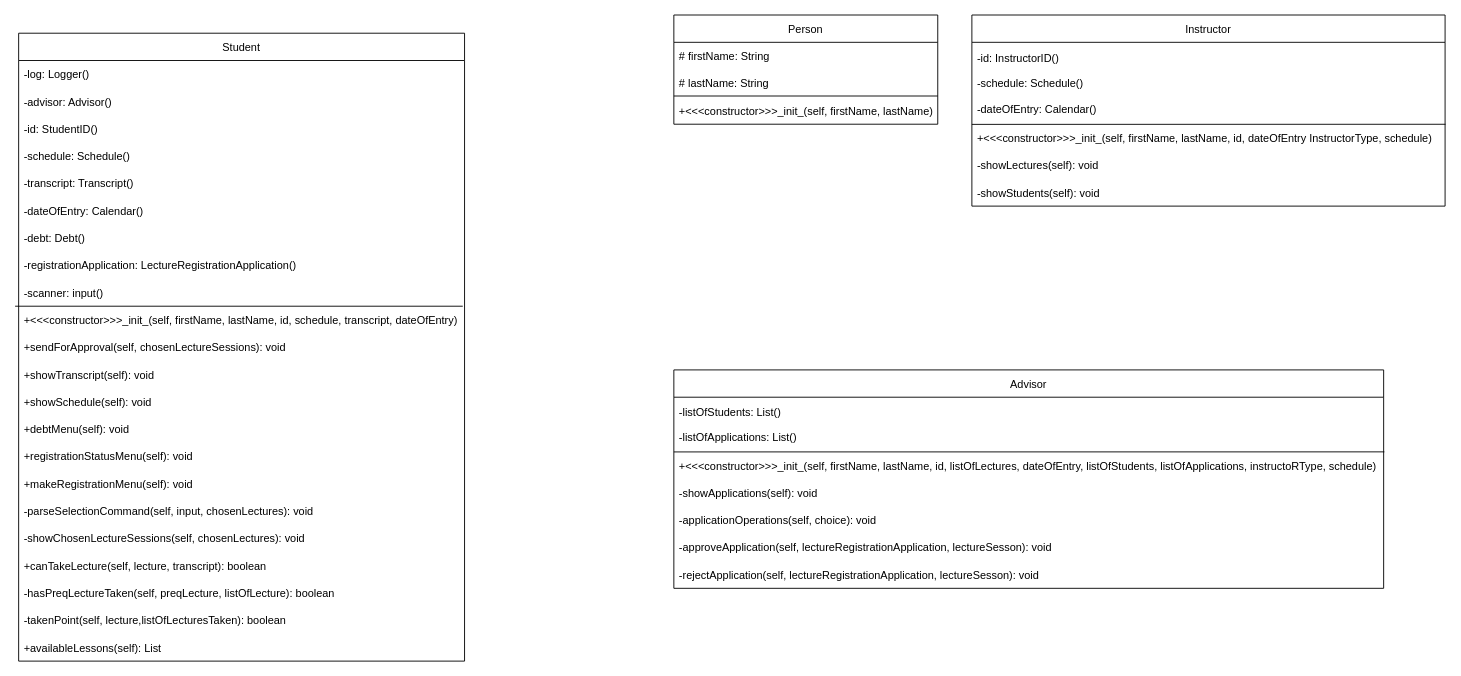
Earlier version of the draw.io diagram serdar.drawio (gitsametcan/CSE3063F22P1_GRP1). Source tidied: cells renumbered, new cells numbered last; positions are measured from the earlier drawing's top-left corner, leaving out a move shared by most shapes. Both pictures are drawn from the tidied source at 91%, with x=0, y=0 at pixel (18, 15).
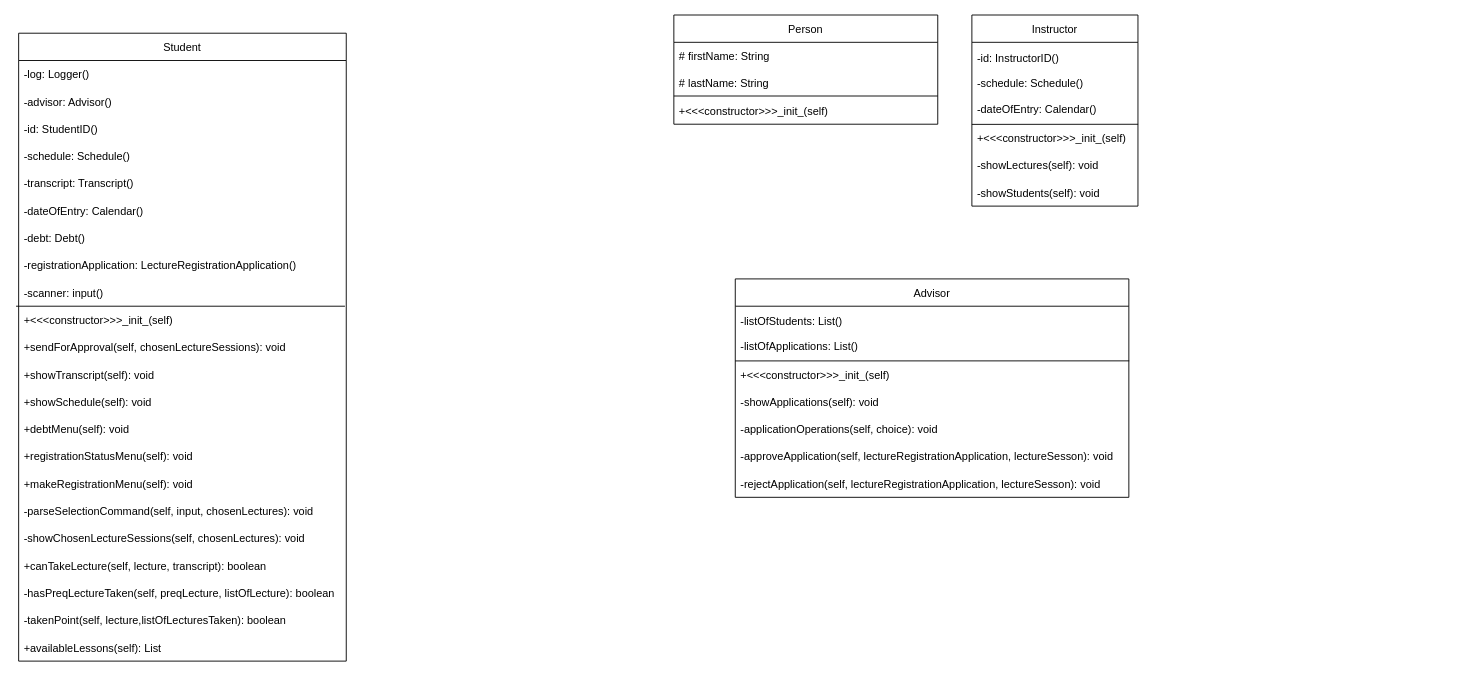
The same page after the edit.

Unchanged cells that the change refers to:
```xml
<mxCell id="2" value="Person" style="swimlane;fontStyle=0;horizontal=1;startSize=30;" parent="1" vertex="1">
  <mxGeometry x="720" width="290" height="120" as="geometry" />
</mxCell>
```

The edit, as a diff of the source:
```diff
@@
-    <mxCell id="6" value="+&lt;&lt;&lt;constructor&gt;&gt;&gt;_init_(self, firstName, lastName)" style="text;strokeColor=none;fillColor=none;align=left;verticalAlign=middle;spacingLeft=4;spacingRight=4;overflow=hidden;" parent="2" vertex="1">
+    <mxCell id="6" value="+&lt;&lt;&lt;constructor&gt;&gt;&gt;_init_(self)" style="text;strokeColor=none;fillColor=none;align=left;verticalAlign=middle;spacingLeft=4;spacingRight=4;overflow=hidden;" parent="2" vertex="1">
       <mxGeometry y="90" width="290" height="30" as="geometry" />
     </mxCell>
     <mxCell id="7" value="Instructor" style="swimlane;fontStyle=0;horizontal=1;startSize=30;" parent="1" vertex="1">
-      <mxGeometry x="1047.5" width="520" height="210" as="geometry" />
+      <mxGeometry x="1047.5" width="182.5" height="210" as="geometry" />
     </mxCell>
     <mxCell id="8" value="-id: InstructorID()&#10;&#10;-schedule: Schedule()&#10;&#10;-dateOfEntry: Calendar()" style="text;strokeColor=none;fillColor=none;align=left;verticalAlign=middle;spacingLeft=4;spacingRight=4;overflow=hidden;points=[[0,0.5],[1,0.5]];portConstraint=eastwest;" parent="7" vertex="1">
-      <mxGeometry y="30" width="520" height="90" as="geometry" />
+      <mxGeometry y="30" width="182.5" height="90" as="geometry" />
     </mxCell>
-    <mxCell id="9" value="+&lt;&lt;&lt;constructor&gt;&gt;&gt;_init_(self, firstName, lastName, id, dateOfEntry InstructorType, schedule)" style="text;strokeColor=none;fillColor=none;align=left;verticalAlign=middle;spacingLeft=4;spacingRight=4;overflow=hidden;points=[[0,0.5],[1,0.5]];portConstraint=eastwest;" parent="7" vertex="1">
-      <mxGeometry y="120" width="520" height="30" as="geometry" />
+    <mxCell id="9" value="+&lt;&lt;&lt;constructor&gt;&gt;&gt;_init_(self)" style="text;strokeColor=none;fillColor=none;align=left;verticalAlign=middle;spacingLeft=4;spacingRight=4;overflow=hidden;points=[[0,0.5],[1,0.5]];portConstraint=eastwest;" parent="7" vertex="1">
+      <mxGeometry y="120" width="182.5" height="30" as="geometry" />
     </mxCell>
     <mxCell id="10" value="-showLectures(self): void" style="text;strokeColor=none;fillColor=none;align=left;verticalAlign=middle;spacingLeft=4;spacingRight=4;overflow=hidden;" parent="7" vertex="1">
-      <mxGeometry y="150" width="520" height="30" as="geometry" />
+      <mxGeometry y="150" width="182.5" height="30" as="geometry" />
     </mxCell>
     <mxCell id="11" value="-showStudents(self): void" style="text;strokeColor=none;fillColor=none;align=left;verticalAlign=middle;spacingLeft=4;spacingRight=4;overflow=hidden;" parent="7" vertex="1">
-      <mxGeometry y="180" width="520" height="30" as="geometry" />
+      <mxGeometry y="180" width="182.5" height="30" as="geometry" />
     </mxCell>
@@
     <mxCell id="13" value="Advisor" style="swimlane;fontStyle=0;horizontal=1;startSize=30;" parent="1" vertex="1">
-      <mxGeometry x="720" y="390" width="780" height="240" as="geometry" />
+      <mxGeometry x="787.5" y="290" width="432.5" height="240" as="geometry" />
     </mxCell>
     <mxCell id="14" value="-listOfStudents: List()&#10;&#10;-listOfApplications: List()" style="text;strokeColor=none;fillColor=none;align=left;verticalAlign=middle;spacingLeft=4;spacingRight=4;overflow=hidden;points=[[0,0.5],[1,0.5]];portConstraint=eastwest;" parent="13" vertex="1">
-      <mxGeometry y="30" width="780" height="60" as="geometry" />
+      <mxGeometry y="30" width="432.5" height="60" as="geometry" />
     </mxCell>
-    <mxCell id="15" value="+&lt;&lt;&lt;constructor&gt;&gt;&gt;_init_(self, firstName, lastName, id, listOfLectures, dateOfEntry, listOfStudents, listOfApplications, instructoRType, schedule)" style="text;strokeColor=none;fillColor=none;align=left;verticalAlign=middle;spacingLeft=4;spacingRight=4;overflow=hidden;points=[[0,0.5],[1,0.5]];portConstraint=eastwest;" parent="13" vertex="1">
-      <mxGeometry y="90" width="780" height="30" as="geometry" />
+    <mxCell id="15" value="+&lt;&lt;&lt;constructor&gt;&gt;&gt;_init_(self)" style="text;strokeColor=none;fillColor=none;align=left;verticalAlign=middle;spacingLeft=4;spacingRight=4;overflow=hidden;points=[[0,0.5],[1,0.5]];portConstraint=eastwest;" parent="13" vertex="1">
+      <mxGeometry y="90" width="432.5" height="30" as="geometry" />
     </mxCell>
     <mxCell id="16" value="-showApplications(self): void" style="text;strokeColor=none;fillColor=none;align=left;verticalAlign=middle;spacingLeft=4;spacingRight=4;overflow=hidden;" parent="13" vertex="1">
-      <mxGeometry y="120" width="780" height="30" as="geometry" />
+      <mxGeometry y="120" width="432.5" height="30" as="geometry" />
     </mxCell>
     <mxCell id="17" value="-applicationOperations(self, choice): void" style="text;strokeColor=none;fillColor=none;align=left;verticalAlign=middle;spacingLeft=4;spacingRight=4;overflow=hidden;" parent="13" vertex="1">
-      <mxGeometry y="150" width="780" height="30" as="geometry" />
+      <mxGeometry y="150" width="432.5" height="30" as="geometry" />
     </mxCell>
     <mxCell id="18" value="-approveApplication(self, lectureRegistrationApplication, lectureSesson): void" style="text;strokeColor=none;fillColor=none;align=left;verticalAlign=middle;spacingLeft=4;spacingRight=4;overflow=hidden;" parent="13" vertex="1">
-      <mxGeometry y="180" width="780" height="30" as="geometry" />
+      <mxGeometry y="180" width="432.5" height="30" as="geometry" />
     </mxCell>
@@
     <mxCell id="20" value="-rejectApplication(self, lectureRegistrationApplication, lectureSesson): void" style="text;strokeColor=none;fillColor=none;align=left;verticalAlign=middle;spacingLeft=4;spacingRight=4;overflow=hidden;" parent="13" vertex="1">
-      <mxGeometry y="210" width="780" height="30" as="geometry" />
+      <mxGeometry y="210" width="432.5" height="30" as="geometry" />
     </mxCell>
     <mxCell id="21" value="Student" style="swimlane;fontStyle=0;horizontal=1;startSize=30;" parent="1" vertex="1">
-      <mxGeometry y="20" width="490" height="690" as="geometry" />
+      <mxGeometry y="20" width="360" height="690" as="geometry" />
     </mxCell>
     <mxCell id="22" value="-log: Logger()" style="text;strokeColor=none;fillColor=none;align=left;verticalAlign=middle;spacingLeft=4;spacingRight=4;overflow=hidden;" parent="21" vertex="1">
-      <mxGeometry y="30" width="490" height="30" as="geometry" />
+      <mxGeometry y="30" width="360" height="30" as="geometry" />
     </mxCell>
     <mxCell id="23" value="-advisor: Advisor()" style="text;strokeColor=none;fillColor=none;align=left;verticalAlign=middle;spacingLeft=4;spacingRight=4;overflow=hidden;" parent="21" vertex="1">
-      <mxGeometry y="60" width="490" height="30" as="geometry" />
+      <mxGeometry y="60" width="360" height="30" as="geometry" />
     </mxCell>
     <mxCell id="24" value="-id: StudentID()" style="text;strokeColor=none;fillColor=none;align=left;verticalAlign=middle;spacingLeft=4;spacingRight=4;overflow=hidden;" parent="21" vertex="1">
-      <mxGeometry y="90" width="490" height="30" as="geometry" />
+      <mxGeometry y="90" width="360" height="30" as="geometry" />
     </mxCell>
     <mxCell id="25" value="-schedule: Schedule()" style="text;strokeColor=none;fillColor=none;align=left;verticalAlign=middle;spacingLeft=4;spacingRight=4;overflow=hidden;" parent="21" vertex="1">
-      <mxGeometry y="120" width="490" height="30" as="geometry" />
+      <mxGeometry y="120" width="360" height="30" as="geometry" />
     </mxCell>
     <mxCell id="26" value="-transcript: Transcript()" style="text;strokeColor=none;fillColor=none;align=left;verticalAlign=middle;spacingLeft=4;spacingRight=4;overflow=hidden;" parent="21" vertex="1">
-      <mxGeometry y="150" width="490" height="30" as="geometry" />
+      <mxGeometry y="150" width="360" height="30" as="geometry" />
     </mxCell>
     <mxCell id="27" value="-dateOfEntry: Calendar()" style="text;strokeColor=none;fillColor=none;align=left;verticalAlign=middle;spacingLeft=4;spacingRight=4;overflow=hidden;" parent="21" vertex="1">
-      <mxGeometry y="180" width="490" height="30" as="geometry" />
+      <mxGeometry y="180" width="360" height="30" as="geometry" />
     </mxCell>
     <mxCell id="28" value="-debt: Debt()" style="text;strokeColor=none;fillColor=none;align=left;verticalAlign=middle;spacingLeft=4;spacingRight=4;overflow=hidden;" parent="21" vertex="1">
-      <mxGeometry y="210" width="490" height="30" as="geometry" />
+      <mxGeometry y="210" width="360" height="30" as="geometry" />
     </mxCell>
     <mxCell id="29" value="-registrationApplication: LectureRegistrationApplication()" style="text;strokeColor=none;fillColor=none;align=left;verticalAlign=middle;spacingLeft=4;spacingRight=4;overflow=hidden;" parent="21" vertex="1">
-      <mxGeometry y="240" width="490" height="30" as="geometry" />
+      <mxGeometry y="240" width="360" height="30" as="geometry" />
     </mxCell>
     <mxCell id="30" value="-scanner: input()" style="text;strokeColor=none;fillColor=none;align=left;verticalAlign=middle;spacingLeft=4;spacingRight=4;overflow=hidden;" parent="21" vertex="1">
-      <mxGeometry y="270" width="490" height="30" as="geometry" />
+      <mxGeometry y="270" width="360" height="30" as="geometry" />
     </mxCell>
-    <mxCell id="31" value="+&lt;&lt;&lt;constructor&gt;&gt;&gt;_init_(self, firstName, lastName, id, schedule, transcript, dateOfEntry)" style="text;strokeColor=none;fillColor=none;align=left;verticalAlign=middle;spacingLeft=4;spacingRight=4;overflow=hidden;points=[[0,0.5],[1,0.5]];portConstraint=eastwest;" parent="21" vertex="1">
-      <mxGeometry y="300" width="490" height="30" as="geometry" />
+    <mxCell id="31" value="+&lt;&lt;&lt;constructor&gt;&gt;&gt;_init_(self)" style="text;strokeColor=none;fillColor=none;align=left;verticalAlign=middle;spacingLeft=4;spacingRight=4;overflow=hidden;points=[[0,0.5],[1,0.5]];portConstraint=eastwest;" parent="21" vertex="1">
+      <mxGeometry y="300" width="360" height="30" as="geometry" />
     </mxCell>
@@
     <mxCell id="33" value="+sendForApproval(self, chosenLectureSessions): void" style="text;strokeColor=none;fillColor=none;align=left;verticalAlign=middle;spacingLeft=4;spacingRight=4;overflow=hidden;" parent="21" vertex="1">
-      <mxGeometry y="330" width="490" height="30" as="geometry" />
+      <mxGeometry y="330" width="360" height="30" as="geometry" />
     </mxCell>
     <mxCell id="34" value="+showTranscript(self): void" style="text;strokeColor=none;fillColor=none;align=left;verticalAlign=middle;spacingLeft=4;spacingRight=4;overflow=hidden;" parent="21" vertex="1">
-      <mxGeometry y="360" width="490" height="30" as="geometry" />
+      <mxGeometry y="360" width="360" height="30" as="geometry" />
     </mxCell>
     <mxCell id="35" value="+showSchedule(self): void" style="text;strokeColor=none;fillColor=none;align=left;verticalAlign=middle;spacingLeft=4;spacingRight=4;overflow=hidden;" parent="21" vertex="1">
-      <mxGeometry y="390" width="490" height="30" as="geometry" />
+      <mxGeometry y="390" width="360" height="30" as="geometry" />
     </mxCell>
     <mxCell id="36" value="+debtMenu(self): void" style="text;strokeColor=none;fillColor=none;align=left;verticalAlign=middle;spacingLeft=4;spacingRight=4;overflow=hidden;" parent="21" vertex="1">
-      <mxGeometry y="420" width="490" height="30" as="geometry" />
+      <mxGeometry y="420" width="360" height="30" as="geometry" />
     </mxCell>
     <mxCell id="37" value="+registrationStatusMenu(self): void" style="text;strokeColor=none;fillColor=none;align=left;verticalAlign=middle;spacingLeft=4;spacingRight=4;overflow=hidden;" parent="21" vertex="1">
-      <mxGeometry y="450" width="490" height="30" as="geometry" />
+      <mxGeometry y="450" width="360" height="30" as="geometry" />
     </mxCell>
     <mxCell id="38" value="+makeRegistrationMenu(self): void" style="text;strokeColor=none;fillColor=none;align=left;verticalAlign=middle;spacingLeft=4;spacingRight=4;overflow=hidden;" parent="21" vertex="1">
-      <mxGeometry y="480" width="490" height="30" as="geometry" />
+      <mxGeometry y="480" width="360" height="30" as="geometry" />
     </mxCell>
     <mxCell id="39" value="-parseSelectionCommand(self, input, chosenLectures): void" style="text;strokeColor=none;fillColor=none;align=left;verticalAlign=middle;spacingLeft=4;spacingRight=4;overflow=hidden;" parent="21" vertex="1">
-      <mxGeometry y="510" width="490" height="30" as="geometry" />
+      <mxGeometry y="510" width="360" height="30" as="geometry" />
     </mxCell>
     <mxCell id="40" value="-showChosenLectureSessions(self, chosenLectures): void" style="text;strokeColor=none;fillColor=none;align=left;verticalAlign=middle;spacingLeft=4;spacingRight=4;overflow=hidden;" parent="21" vertex="1">
-      <mxGeometry y="540" width="490" height="30" as="geometry" />
+      <mxGeometry y="540" width="360" height="30" as="geometry" />
     </mxCell>
     <mxCell id="41" value="+canTakeLecture(self, lecture, transcript): boolean" style="text;strokeColor=none;fillColor=none;align=left;verticalAlign=middle;spacingLeft=4;spacingRight=4;overflow=hidden;" parent="21" vertex="1">
-      <mxGeometry y="570" width="490" height="30" as="geometry" />
+      <mxGeometry y="570" width="360" height="30" as="geometry" />
     </mxCell>
     <mxCell id="42" value="-hasPreqLectureTaken(self, preqLecture, listOfLecture): boolean" style="text;strokeColor=none;fillColor=none;align=left;verticalAlign=middle;spacingLeft=4;spacingRight=4;overflow=hidden;" parent="21" vertex="1">
-      <mxGeometry y="600" width="490" height="30" as="geometry" />
+      <mxGeometry y="600" width="360" height="30" as="geometry" />
     </mxCell>
     <mxCell id="43" value="-takenPoint(self, lecture,listOfLecturesTaken): boolean" style="text;strokeColor=none;fillColor=none;align=left;verticalAlign=middle;spacingLeft=4;spacingRight=4;overflow=hidden;" parent="21" vertex="1">
-      <mxGeometry y="630" width="490" height="30" as="geometry" />
+      <mxGeometry y="630" width="360" height="30" as="geometry" />
     </mxCell>
     <mxCell id="44" value="+availableLessons(self): List" style="text;strokeColor=none;fillColor=none;align=left;verticalAlign=middle;spacingLeft=4;spacingRight=4;overflow=hidden;" parent="21" vertex="1">
-      <mxGeometry y="660" width="490" height="30" as="geometry" />
+      <mxGeometry y="660" width="360" height="30" as="geometry" />
     </mxCell>
```
